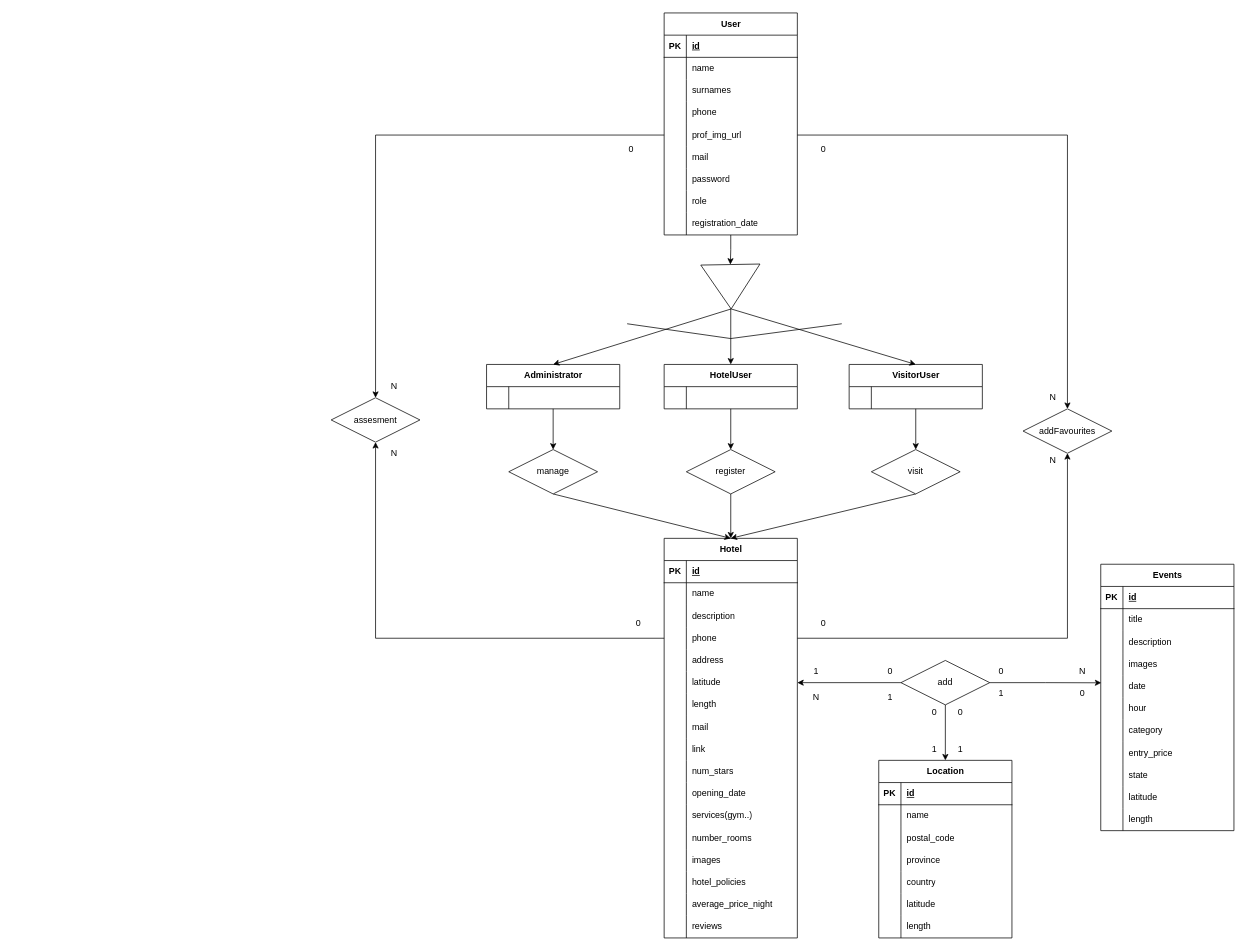
Before: c6_hohoHotel.drawio in SerotDev/sru-abi-rlm-project-backend, a draw.io diagram. Source tidied: cells renumbered, new cells numbered last; positions are measured from the earlier drawing's top-left corner, leaving out a move shared by most shapes. Both pictures are drawn from the tidied source at 74%, with x=0, y=0 at pixel (13, 13).
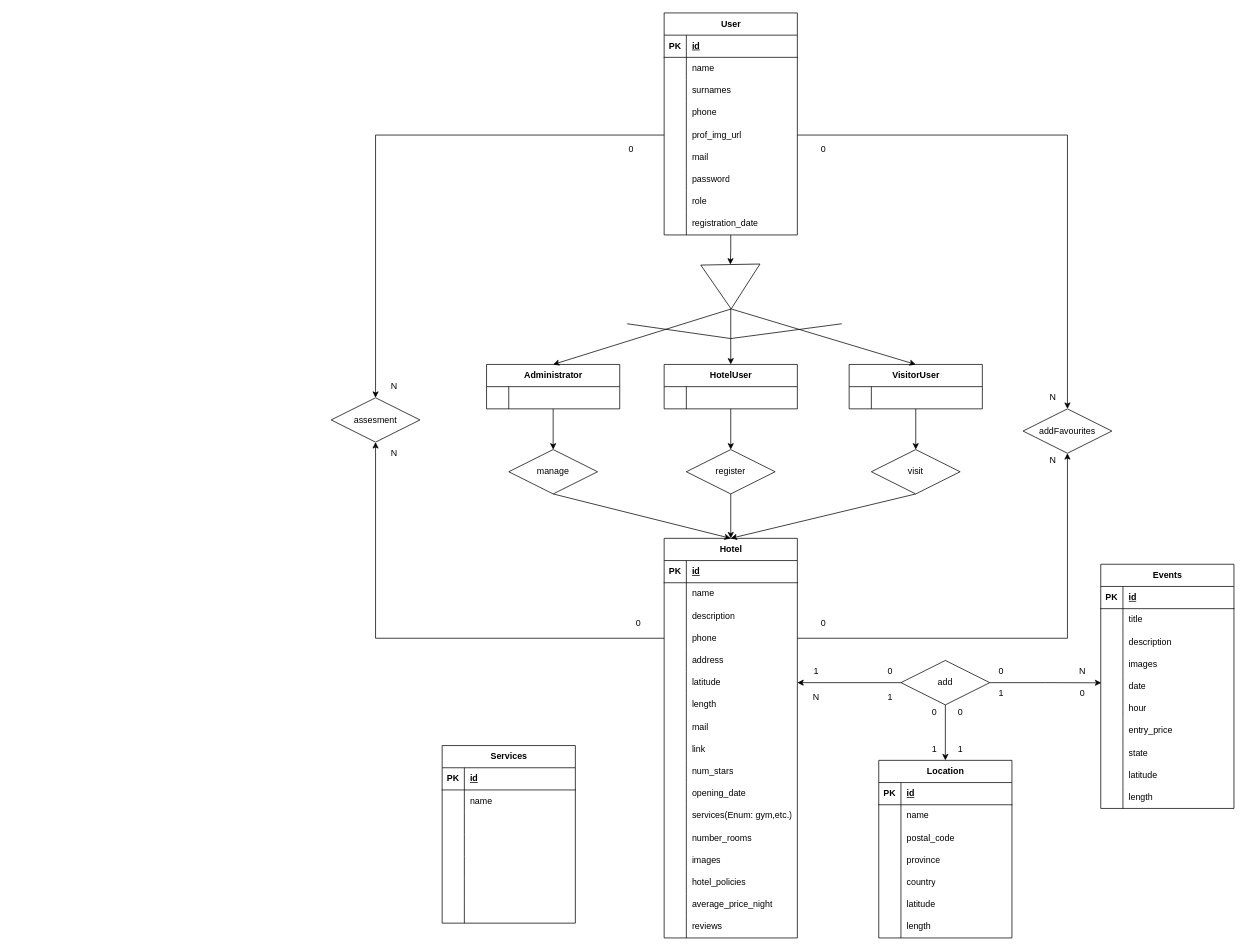
The same diagram, later.

Unchanged cells that the change refers to:
```xml
<mxCell id="121" style="shape=tableRow;horizontal=0;startSize=0;swimlaneHead=0;swimlaneBody=0;fillColor=none;top=0;left=0;right=0;bottom=0;" parent="87" vertex="1">
  <mxGeometry y="360" width="180" height="30" as="geometry" />
</mxCell>
```

Change to the diagram source:
```diff
@@
     <mxCell id="41" value="Events" style="shape=table;startSize=30;childLayout=tableLayout;rowLines=0;fontStyle=1;align=center;html=1;" parent="1" vertex="1">
-      <mxGeometry x="1470" y="745" width="180" height="360" as="geometry" />
+      <mxGeometry x="1470" y="745" width="180" height="330" as="geometry" />
     </mxCell>
@@
-    <mxCell id="60" style="shape=tableRow;horizontal=0;startSize=0;swimlaneHead=0;swimlaneBody=0;fillColor=none;top=0;left=0;right=0;bottom=0;" parent="41" vertex="1">
-      <mxGeometry y="210" width="180" height="30" as="geometry" />
-    </mxCell>
-    <mxCell id="61" style="shape=partialRectangle;fillColor=none;top=0;left=0;bottom=0;right=0;overflow=hidden;whiteSpace=wrap;html=1;" parent="60" vertex="1">
-      <mxGeometry width="30" height="30" as="geometry" />
-    </mxCell>
-    <mxCell id="62" value="category" style="shape=partialRectangle;fillColor=none;top=0;left=0;bottom=0;right=0;align=left;spacingLeft=6;overflow=hidden;whiteSpace=wrap;html=1;" parent="60" vertex="1">
-      <mxGeometry x="30" width="150" height="30" as="geometry" />
-    </mxCell>
     <mxCell id="63" style="shape=tableRow;horizontal=0;startSize=0;swimlaneHead=0;swimlaneBody=0;fillColor=none;top=0;left=0;right=0;bottom=0;" parent="41" vertex="1">
-      <mxGeometry y="240" width="180" height="30" as="geometry" />
+      <mxGeometry y="210" width="180" height="30" as="geometry" />
     </mxCell>
@@
     <mxCell id="66" style="shape=tableRow;horizontal=0;startSize=0;swimlaneHead=0;swimlaneBody=0;fillColor=none;top=0;left=0;right=0;bottom=0;" parent="41" vertex="1">
-      <mxGeometry y="270" width="180" height="30" as="geometry" />
+      <mxGeometry y="240" width="180" height="30" as="geometry" />
     </mxCell>
@@
     <mxCell id="69" style="shape=tableRow;horizontal=0;startSize=0;swimlaneHead=0;swimlaneBody=0;fillColor=none;top=0;left=0;right=0;bottom=0;" parent="41" vertex="1">
-      <mxGeometry y="300" width="180" height="30" as="geometry" />
+      <mxGeometry y="270" width="180" height="30" as="geometry" />
     </mxCell>
@@
     <mxCell id="72" style="shape=tableRow;horizontal=0;startSize=0;swimlaneHead=0;swimlaneBody=0;fillColor=none;top=0;left=0;right=0;bottom=0;" parent="41" vertex="1">
-      <mxGeometry y="330" width="180" height="30" as="geometry" />
+      <mxGeometry y="300" width="180" height="30" as="geometry" />
     </mxCell>
@@
-    <mxCell id="123" value="services(gym..)" style="shape=partialRectangle;fillColor=none;top=0;left=0;bottom=0;right=0;align=left;spacingLeft=6;overflow=hidden;whiteSpace=wrap;html=1;" parent="121" vertex="1">
+    <mxCell id="123" value="services(Enum: gym,etc.)" style="shape=partialRectangle;fillColor=none;top=0;left=0;bottom=0;right=0;align=left;spacingLeft=6;overflow=hidden;whiteSpace=wrap;html=1;" parent="121" vertex="1">
       <mxGeometry x="30" width="150" height="30" as="geometry" />
     </mxCell>
@@
+    <mxCell id="208" value="Services" style="shape=table;startSize=30;childLayout=tableLayout;rowLines=0;fontStyle=1;align=center;html=1;" parent="1" vertex="1">
+      <mxGeometry x="580" y="990" width="180" height="240" as="geometry" />
+    </mxCell>
+    <mxCell id="209" style="shape=tableRow;horizontal=0;startSize=0;swimlaneHead=0;swimlaneBody=0;fillColor=none;top=0;left=0;right=0;bottom=1;" parent="208" vertex="1">
+      <mxGeometry y="30" width="180" height="30" as="geometry" />
+    </mxCell>
+    <mxCell id="210" value="PK" style="shape=partialRectangle;fillColor=none;top=0;left=0;bottom=0;right=0;fontStyle=1;overflow=hidden;whiteSpace=wrap;html=1;" parent="209" vertex="1">
+      <mxGeometry width="30" height="30" as="geometry" />
+    </mxCell>
+    <mxCell id="211" value="id" style="shape=partialRectangle;fillColor=none;top=0;left=0;bottom=0;right=0;align=left;spacingLeft=6;fontStyle=5;overflow=hidden;whiteSpace=wrap;html=1;" parent="209" vertex="1">
+      <mxGeometry x="30" width="150" height="30" as="geometry" />
+    </mxCell>
+    <mxCell id="212" style="shape=tableRow;horizontal=0;startSize=0;swimlaneHead=0;swimlaneBody=0;fillColor=none;top=0;left=0;right=0;bottom=0;" parent="208" vertex="1">
+      <mxGeometry y="60" width="180" height="30" as="geometry" />
+    </mxCell>
+    <mxCell id="213" style="shape=partialRectangle;fillColor=none;top=0;left=0;bottom=0;right=0;overflow=hidden;whiteSpace=wrap;html=1;" parent="212" vertex="1">
+      <mxGeometry width="30" height="30" as="geometry" />
+    </mxCell>
+    <mxCell id="214" value="name" style="shape=partialRectangle;fillColor=none;top=0;left=0;bottom=0;right=0;align=left;spacingLeft=6;overflow=hidden;whiteSpace=wrap;html=1;" parent="212" vertex="1">
+      <mxGeometry x="30" width="150" height="30" as="geometry" />
+    </mxCell>
+    <mxCell id="215" style="shape=tableRow;horizontal=0;startSize=0;swimlaneHead=0;swimlaneBody=0;fillColor=none;top=0;left=0;right=0;bottom=0;" parent="208" vertex="1">
+      <mxGeometry y="90" width="180" height="30" as="geometry" />
+    </mxCell>
+    <mxCell id="216" style="shape=partialRectangle;fillColor=none;top=0;left=0;bottom=0;right=0;overflow=hidden;whiteSpace=wrap;html=1;" parent="215" vertex="1">
+      <mxGeometry width="30" height="30" as="geometry" />
+    </mxCell>
+    <mxCell id="217" style="shape=partialRectangle;fillColor=none;top=0;left=0;bottom=0;right=0;align=left;spacingLeft=6;overflow=hidden;whiteSpace=wrap;html=1;" parent="215" vertex="1">
+      <mxGeometry x="30" width="150" height="30" as="geometry" />
+    </mxCell>
+    <mxCell id="218" style="shape=tableRow;horizontal=0;startSize=0;swimlaneHead=0;swimlaneBody=0;fillColor=none;top=0;left=0;right=0;bottom=0;" parent="208" vertex="1">
+      <mxGeometry y="120" width="180" height="30" as="geometry" />
+    </mxCell>
+    <mxCell id="219" style="shape=partialRectangle;fillColor=none;top=0;left=0;bottom=0;right=0;overflow=hidden;whiteSpace=wrap;html=1;" parent="218" vertex="1">
+      <mxGeometry width="30" height="30" as="geometry" />
+    </mxCell>
+    <mxCell id="220" style="shape=partialRectangle;fillColor=none;top=0;left=0;bottom=0;right=0;align=left;spacingLeft=6;overflow=hidden;whiteSpace=wrap;html=1;" parent="218" vertex="1">
+      <mxGeometry x="30" width="150" height="30" as="geometry" />
+    </mxCell>
+    <mxCell id="221" style="shape=tableRow;horizontal=0;startSize=0;swimlaneHead=0;swimlaneBody=0;fillColor=none;top=0;left=0;right=0;bottom=0;" parent="208" vertex="1">
+      <mxGeometry y="150" width="180" height="30" as="geometry" />
+    </mxCell>
+    <mxCell id="222" style="shape=partialRectangle;fillColor=none;top=0;left=0;bottom=0;right=0;overflow=hidden;whiteSpace=wrap;html=1;" parent="221" vertex="1">
+      <mxGeometry width="30" height="30" as="geometry" />
+    </mxCell>
+    <mxCell id="223" style="shape=partialRectangle;fillColor=none;top=0;left=0;bottom=0;right=0;align=left;spacingLeft=6;overflow=hidden;whiteSpace=wrap;html=1;" parent="221" vertex="1">
+      <mxGeometry x="30" width="150" height="30" as="geometry" />
+    </mxCell>
+    <mxCell id="224" style="shape=tableRow;horizontal=0;startSize=0;swimlaneHead=0;swimlaneBody=0;fillColor=none;top=0;left=0;right=0;bottom=0;" parent="208" vertex="1">
+      <mxGeometry y="180" width="180" height="30" as="geometry" />
+    </mxCell>
+    <mxCell id="225" style="shape=partialRectangle;fillColor=none;top=0;left=0;bottom=0;right=0;overflow=hidden;whiteSpace=wrap;html=1;" parent="224" vertex="1">
+      <mxGeometry width="30" height="30" as="geometry" />
+    </mxCell>
+    <mxCell id="226" style="shape=partialRectangle;fillColor=none;top=0;left=0;bottom=0;right=0;align=left;spacingLeft=6;overflow=hidden;whiteSpace=wrap;html=1;" parent="224" vertex="1">
+      <mxGeometry x="30" width="150" height="30" as="geometry" />
+    </mxCell>
+    <mxCell id="60" style="shape=tableRow;horizontal=0;startSize=0;swimlaneHead=0;swimlaneBody=0;fillColor=none;top=0;left=0;right=0;bottom=0;" parent="208" vertex="1">
+      <mxGeometry y="210" width="180" height="30" as="geometry" />
+    </mxCell>
+    <mxCell id="227" style="shape=partialRectangle;fillColor=none;top=0;left=0;bottom=0;right=0;overflow=hidden;whiteSpace=wrap;html=1;" parent="60" vertex="1">
+      <mxGeometry width="30" height="30" as="geometry" />
+    </mxCell>
+    <mxCell id="228" style="shape=partialRectangle;fillColor=none;top=0;left=0;bottom=0;right=0;align=left;spacingLeft=6;overflow=hidden;whiteSpace=wrap;html=1;" parent="60" vertex="1">
+      <mxGeometry x="30" width="150" height="30" as="geometry" />
+    </mxCell>
```
